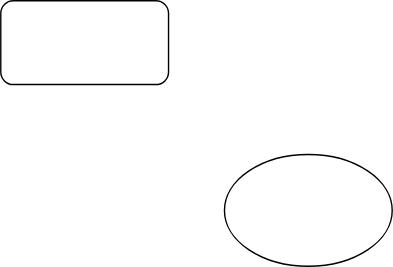
Earlier version of the draw.io export Test Diagram Github.drawio.svg (azharlihan/dummy). Source tidied: cells renumbered, new cells last; positions are measured from the earlier drawing's top-left corner, leaving out a move shared by most shapes. Its diagram source:
```xml
<mxGraphModel>
  <root>
    <mxCell id="0" />
    <mxCell id="1" parent="0" />
    <mxCell id="2" style="rounded=1;whiteSpace=wrap;html=1;" parent="1" vertex="1">
      <mxGeometry width="120" height="60" as="geometry" />
    </mxCell>
    <mxCell id="3" style="ellipse;whiteSpace=wrap;html=1;" parent="1" vertex="1">
      <mxGeometry x="160" y="110" width="120" height="80" as="geometry" />
    </mxCell>
  </root>
</mxGraphModel>
```
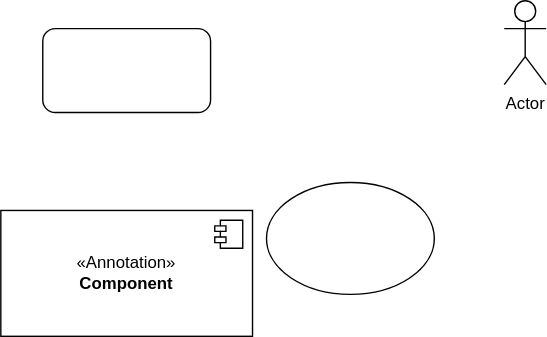
Above is the later version.

Change to the diagram source:
```diff
@@ -8,5 +8,16 @@
     <mxCell id="3" style="ellipse;whiteSpace=wrap;html=1;" parent="1" vertex="1">
       <mxGeometry x="160" y="110" width="120" height="80" as="geometry" />
     </mxCell>
+    <mxCell id="4" value="Actor" style="shape=umlActor;verticalLabelPosition=bottom;verticalAlign=top;html=1;" parent="1" vertex="1">
+      <mxGeometry x="330" y="-20" width="30" height="60" as="geometry" />
+    </mxCell>
+    <mxCell id="5" value="&amp;laquo;Annotation&amp;raquo;&lt;br/&gt;&lt;b&gt;Component&lt;/b&gt;" style="html=1;whiteSpace=wrap;" parent="1" vertex="1">
+      <mxGeometry x="-30" y="130" width="180" height="90" as="geometry" />
+    </mxCell>
+    <mxCell id="6" style="shape=module;jettyWidth=8;jettyHeight=4;" parent="5" vertex="1">
+      <mxGeometry x="1" width="20" height="20" relative="1" as="geometry">
+        <mxPoint x="-27" y="7" as="offset" />
+      </mxGeometry>
+    </mxCell>
   </root>
 </mxGraphModel>
```
